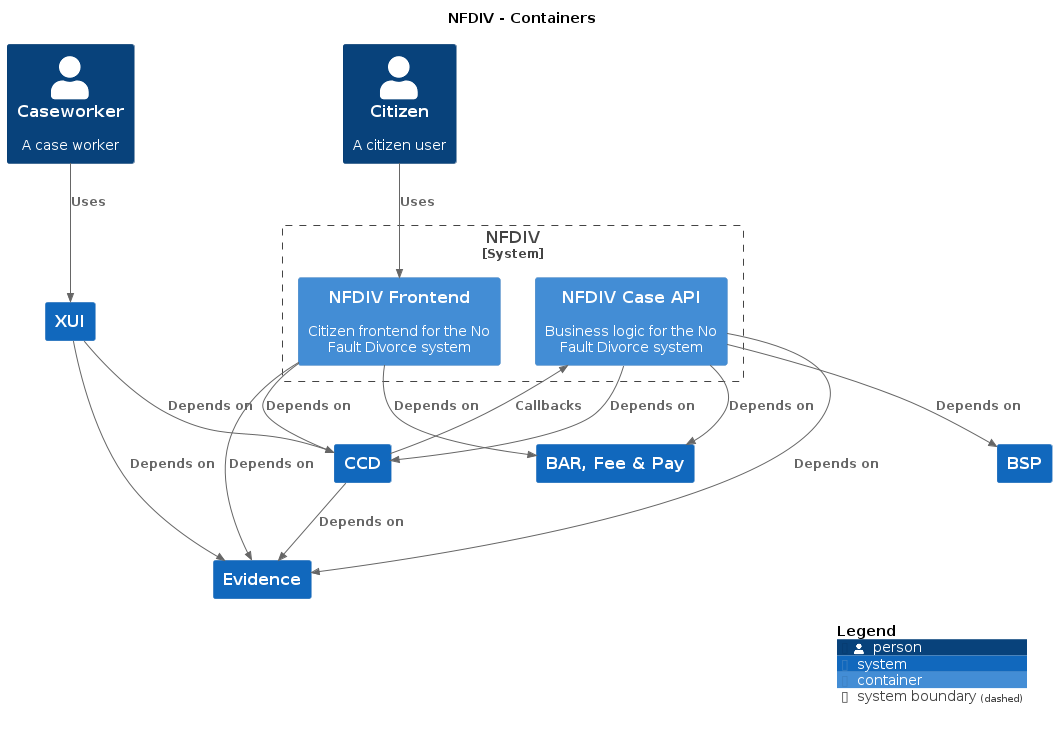
The PlantUML diagram docs/c4/nfdiv/images/structurizr-nfdiv-overview.png in hmcts/cnp-api-docs, before a commit.
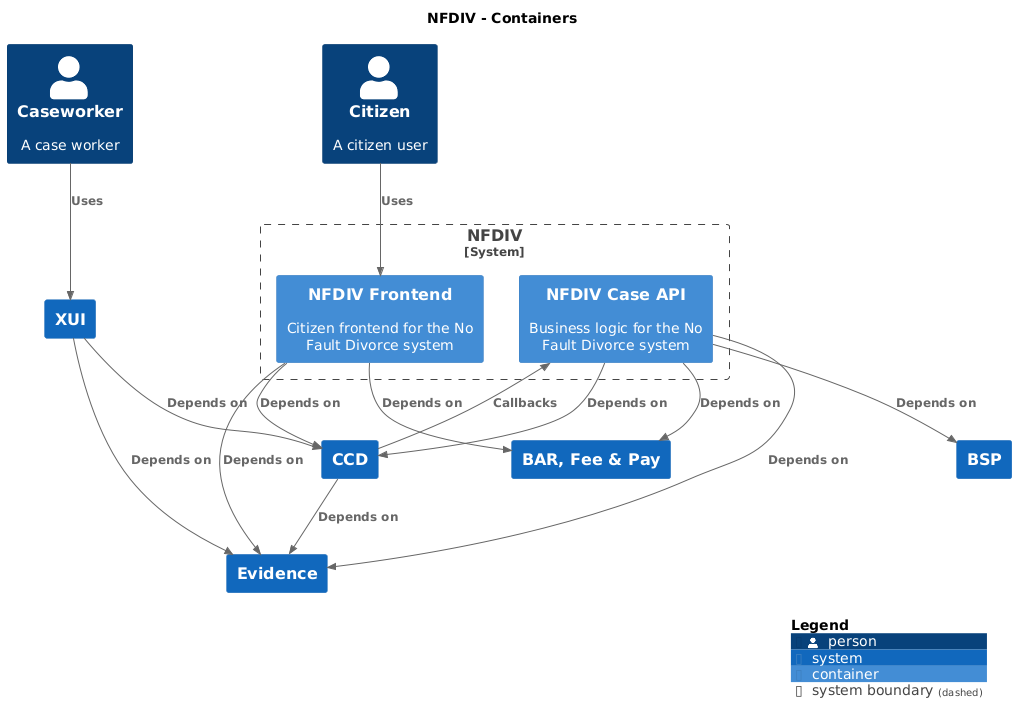
The same diagram one commit later.

Change to the diagram source:
```diff
@@ -8,32 +8,32 @@
 !include <C4/C4_Context>
 !include <C4/C4_Container>
 
+System(BARFeePay, "BAR, Fee & Pay", $descr="", $tags="", $link="")
 System(CCD, "CCD", $descr="", $tags="", $link="")
+System(Evidence, "Evidence", $descr="", $tags="", $link="")
 System(BSP, "BSP", $descr="", $tags="", $link="")
-System(BARFeePay, "BAR, Fee & Pay", $descr="", $tags="", $link="")
-System(Evidence, "Evidence", $descr="", $tags="", $link="")
+System(XUI, "XUI", $descr="", $tags="", $link="")
 Person(Citizen, "Citizen", $descr="A citizen user", $tags="", $link="")
 Person(Caseworker, "Caseworker", $descr="A case worker", $tags="", $link="")
-System(XUI, "XUI", $descr="", $tags="", $link="")
 
 System_Boundary("NFDIV_boundary", "NFDIV", $tags="") {
   Container(NFDIV.NFDIVFrontend, "NFDIV Frontend", $techn="", $descr="Citizen frontend for the No Fault Divorce system", $tags="", $link="")
   Container(NFDIV.NFDIVCaseAPI, "NFDIV Case API", $techn="", $descr="Business logic for the No Fault Divorce system", $tags="", $link="")
 }
 
-Rel_D(CCD, Evidence, "Depends on", $techn="", $tags="", $link="")
-Rel_D(XUI, Evidence, "Depends on", $techn="", $tags="", $link="")
-Rel_D(XUI, CCD, "Depends on", $techn="", $tags="", $link="")
-Rel_D(NFDIV.NFDIVFrontend, CCD, "Depends on", $techn="", $tags="", $link="")
-Rel_D(NFDIV.NFDIVFrontend, BARFeePay, "Depends on", $techn="", $tags="", $link="")
-Rel_D(NFDIV.NFDIVFrontend, Evidence, "Depends on", $techn="", $tags="", $link="")
-Rel_D(NFDIV.NFDIVCaseAPI, CCD, "Depends on", $techn="", $tags="", $link="")
-Rel_D(NFDIV.NFDIVCaseAPI, BARFeePay, "Depends on", $techn="", $tags="", $link="")
-Rel_D(NFDIV.NFDIVCaseAPI, Evidence, "Depends on", $techn="", $tags="", $link="")
-Rel_D(NFDIV.NFDIVCaseAPI, BSP, "Depends on", $techn="", $tags="", $link="")
-Rel_D(Caseworker, XUI, "Uses", $techn="", $tags="", $link="")
-Rel_D(Citizen, NFDIV.NFDIVFrontend, "Uses", $techn="", $tags="", $link="")
-Rel_D(CCD, NFDIV.NFDIVCaseAPI, "Callbacks", $techn="", $tags="", $link="")
+Rel(CCD, Evidence, "Depends on", $techn="", $tags="", $link="")
+Rel(XUI, Evidence, "Depends on", $techn="", $tags="", $link="")
+Rel(XUI, CCD, "Depends on", $techn="", $tags="", $link="")
+Rel(NFDIV.NFDIVFrontend, CCD, "Depends on", $techn="", $tags="", $link="")
+Rel(NFDIV.NFDIVFrontend, BARFeePay, "Depends on", $techn="", $tags="", $link="")
+Rel(NFDIV.NFDIVFrontend, Evidence, "Depends on", $techn="", $tags="", $link="")
+Rel(NFDIV.NFDIVCaseAPI, CCD, "Depends on", $techn="", $tags="", $link="")
+Rel(NFDIV.NFDIVCaseAPI, BARFeePay, "Depends on", $techn="", $tags="", $link="")
+Rel(NFDIV.NFDIVCaseAPI, Evidence, "Depends on", $techn="", $tags="", $link="")
+Rel(NFDIV.NFDIVCaseAPI, BSP, "Depends on", $techn="", $tags="", $link="")
+Rel(Caseworker, XUI, "Uses", $techn="", $tags="", $link="")
+Rel(Citizen, NFDIV.NFDIVFrontend, "Uses", $techn="", $tags="", $link="")
+Rel(CCD, NFDIV.NFDIVCaseAPI, "Callbacks", $techn="", $tags="", $link="")
 
 SHOW_DYNAMIC_LEGEND()
 @enduml
```
